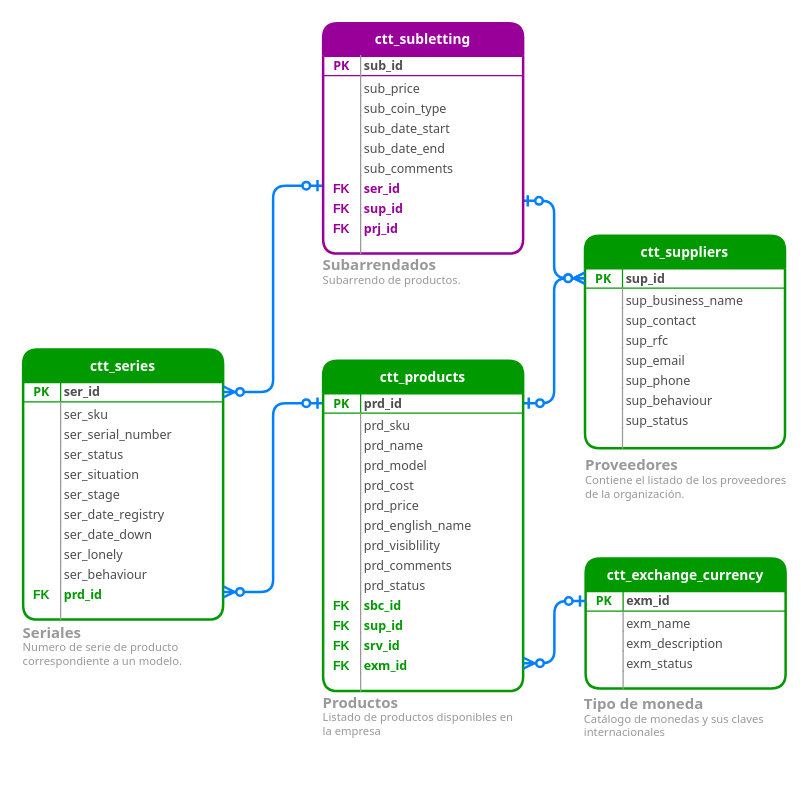
juarezjorr/TesteoCire keeps this draw.io diagram as page "Subarrendos" (4 of 5) of _desarrollo/archivos_info/CTTRentals entidad relacion.drawio. Above is the earlier version. Source tidied: cells renumbered, new cells numbered last; positions are measured from the earlier drawing's top-left corner, leaving out a move shared by most shapes. Both pictures are drawn from the tidied source at 125%, with x=0, y=0 at pixel (22, 22).
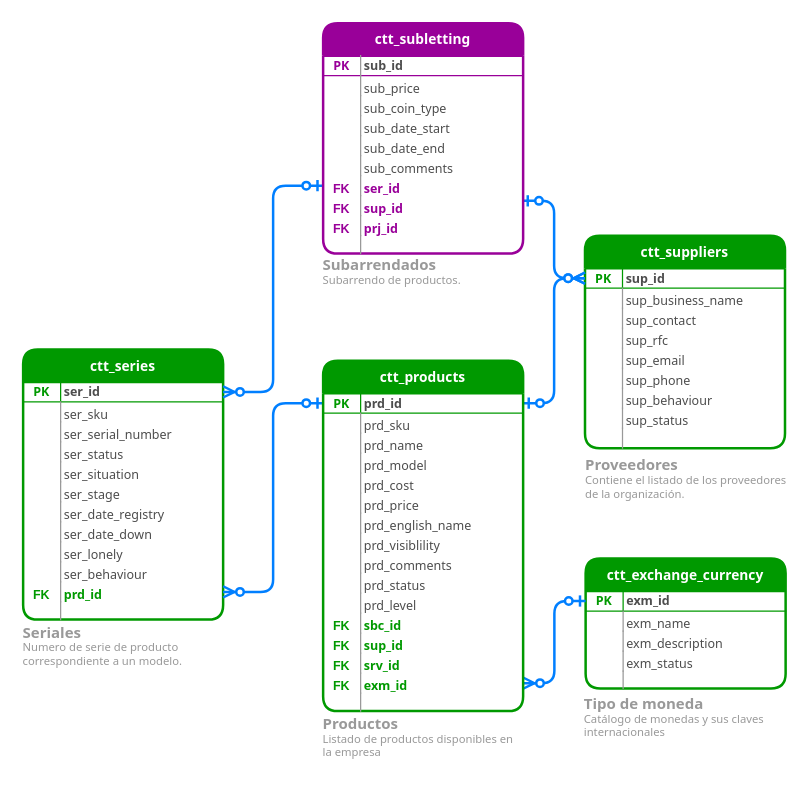
The same page after the edit.

The change refers to these unchanged cells:
```xml
<mxCell id="79" value="exm_id" style="shape=partialRectangle;top=0;left=0;right=0;bottom=1;align=left;verticalAlign=middle;fillColor=none;spacingLeft=33;spacingRight=0;overflow=hidden;points=[[0,0.5],[1,0.5]];portConstraint=eastwest;fontStyle=1;fontSize=10;fontFamily=Tahoma;strokeColor=#009900;spacing=0;fontColor=#4D4D4D;" parent="78" vertex="1">
  <mxGeometry y="26" width="160" height="16" as="geometry" />
</mxCell>
```

Change to the diagram source:
```diff
@@
+    <mxCell id="122" style="edgeStyle=orthogonalEdgeStyle;rounded=1;jettySize=auto;html=1;entryX=0;entryY=0.5;entryDx=0;entryDy=0;fontFamily=Tahoma;fontSize=10;fontColor=#007FFF;strokeColor=#007FFF;strokeWidth=2;endFill=1;endArrow=ERzeroToOne;startFill=1;startArrow=ERzeroToMany;" parent="1" edge="1" source="117" target="79">
+      <mxGeometry relative="1" as="geometry" />
+    </mxCell>
+    <mxCell id="123" style="group;" parent="1" vertex="1">
+      <mxGeometry x="240" y="270" width="160" height="322.3" as="geometry" />
+    </mxCell>
-    <mxCell id="90" value="ctt_products" style="swimlane;fontStyle=1;horizontal=1;startSize=26;swimlaneFillColor=#ffffff;align=center;fontSize=11;strokeWidth=2;rounded=1;fontColor=#FFFFFF;fontFamily=Tahoma;fillColor=#009900;strokeColor=#009900;" parent="1" vertex="1">
-      <mxGeometry x="240" y="270" width="160" height="264.3" as="geometry" />
+    <mxCell id="90" value="ctt_products" style="swimlane;fontStyle=1;horizontal=1;startSize=26;swimlaneFillColor=#ffffff;align=center;fontSize=11;strokeWidth=2;rounded=1;fontColor=#FFFFFF;fontFamily=Tahoma;fillColor=#009900;strokeColor=#009900;" parent="123" vertex="1">
+      <mxGeometry width="160" height="280.3" as="geometry" />
     </mxCell>
@@
+    <mxCell id="124" value="prd_level" style="shape=partialRectangle;top=0;left=0;right=0;bottom=0;align=left;verticalAlign=top;fillColor=none;spacingLeft=33;spacingRight=0;overflow=hidden;fontSize=10;fontFamily=Tahoma;spacing=0;dashed=1;strokeColor=#80A9E3;fontColor=#4D4D4D;" parent="90" vertex="1">
+      <mxGeometry y="186" width="160" height="16" as="geometry" />
+    </mxCell>
+    <mxCell id="125" style="shape=partialRectangle;top=0;left=0;bottom=0;fillColor=none;align=left;verticalAlign=top;spacingLeft=4;spacingRight=4;overflow=hidden;fontSize=12;strokeColor=#999999;" parent="124" vertex="1">
+      <mxGeometry width="30" height="16" as="geometry" />
+    </mxCell>
     <mxCell id="111" value="sbc_id" style="shape=partialRectangle;top=0;left=0;right=0;bottom=0;align=left;verticalAlign=top;fillColor=none;spacingLeft=33;spacingRight=0;overflow=hidden;fontSize=10;fontFamily=Tahoma;spacing=0;fontStyle=1;fontColor=#009900;" parent="90" vertex="1">
-      <mxGeometry y="186" width="160" height="16" as="geometry" />
+      <mxGeometry y="202" width="160" height="16" as="geometry" />
     </mxCell>
@@
     <mxCell id="113" value="sup_id" style="shape=partialRectangle;top=0;left=0;right=0;bottom=0;align=left;verticalAlign=top;fillColor=none;spacingLeft=33;spacingRight=0;overflow=hidden;fontSize=10;fontFamily=Tahoma;spacing=0;fontStyle=1;fontColor=#009900;" parent="90" vertex="1">
-      <mxGeometry y="202" width="160" height="16" as="geometry" />
+      <mxGeometry y="218" width="160" height="16" as="geometry" />
     </mxCell>
@@
     <mxCell id="115" value="srv_id" style="shape=partialRectangle;top=0;left=0;right=0;bottom=0;align=left;verticalAlign=top;fillColor=none;spacingLeft=33;spacingRight=0;overflow=hidden;fontSize=10;fontFamily=Tahoma;spacing=0;fontStyle=1;fontColor=#009900;" parent="90" vertex="1">
-      <mxGeometry y="218" width="160" height="16" as="geometry" />
+      <mxGeometry y="234" width="160" height="16" as="geometry" />
     </mxCell>
@@
     <mxCell id="117" value="exm_id" style="shape=partialRectangle;top=0;left=0;right=0;bottom=0;align=left;verticalAlign=top;fillColor=none;spacingLeft=33;spacingRight=0;overflow=hidden;points=[[0,0.5],[1,0.5]];portConstraint=eastwest;fontSize=10;fontFamily=Tahoma;spacing=0;fontStyle=1;fontColor=#009900;" parent="90" vertex="1">
-      <mxGeometry y="234" width="160" height="16" as="geometry" />
+      <mxGeometry y="250" width="160" height="16" as="geometry" />
     </mxCell>
@@
     <mxCell id="119" style="shape=partialRectangle;top=0;left=0;right=0;bottom=0;align=left;verticalAlign=top;fillColor=none;spacingLeft=33;spacingRight=3;overflow=hidden;fontSize=10;fontFamily=Tahoma;spacing=2;" parent="90" vertex="1">
-      <mxGeometry y="250" width="160" height="14.3" as="geometry" />
+      <mxGeometry y="266" width="160" height="14.3" as="geometry" />
     </mxCell>
@@
-    <mxCell id="121" value="&lt;h4&gt;&lt;font style=&quot;line-height: 0%&quot;&gt;&lt;span style=&quot;font-size: 12px&quot;&gt;Productos&lt;br&gt;&lt;/span&gt;&lt;/font&gt;&lt;span style=&quot;font-weight: 400&quot;&gt;Listado de productos disponibles en la empresa&lt;/span&gt;&lt;/h4&gt;" style="text;html=1;strokeColor=none;fillColor=none;spacing=0;spacingTop=-13;whiteSpace=wrap;overflow=hidden;rounded=0;fontFamily=Tahoma;fontSize=9;fontColor=#999999;fontStyle=0;" parent="1" vertex="1">
-      <mxGeometry x="240" y="536" width="160" height="39.3" as="geometry" />
+    <mxCell id="121" value="&lt;h4&gt;&lt;font style=&quot;line-height: 0%&quot;&gt;&lt;span style=&quot;font-size: 12px&quot;&gt;Productos&lt;br&gt;&lt;/span&gt;&lt;/font&gt;&lt;span style=&quot;font-weight: 400&quot;&gt;Listado de productos disponibles en la empresa&lt;/span&gt;&lt;/h4&gt;" style="text;html=1;strokeColor=none;fillColor=none;spacing=0;spacingTop=-13;whiteSpace=wrap;overflow=hidden;rounded=0;fontFamily=Tahoma;fontSize=9;fontColor=#999999;fontStyle=0;" parent="123" vertex="1">
+      <mxGeometry y="283" width="160" height="39.3" as="geometry" />
     </mxCell>
-    <mxCell id="122" style="edgeStyle=orthogonalEdgeStyle;rounded=1;jettySize=auto;html=1;entryX=0;entryY=0.5;entryDx=0;entryDy=0;fontFamily=Tahoma;fontSize=10;fontColor=#007FFF;strokeColor=#007FFF;strokeWidth=2;endFill=1;endArrow=ERzeroToOne;startFill=1;startArrow=ERzeroToMany;" parent="1" edge="1" source="117" target="79">
-      <mxGeometry relative="1" as="geometry" />
-    </mxCell>
```
